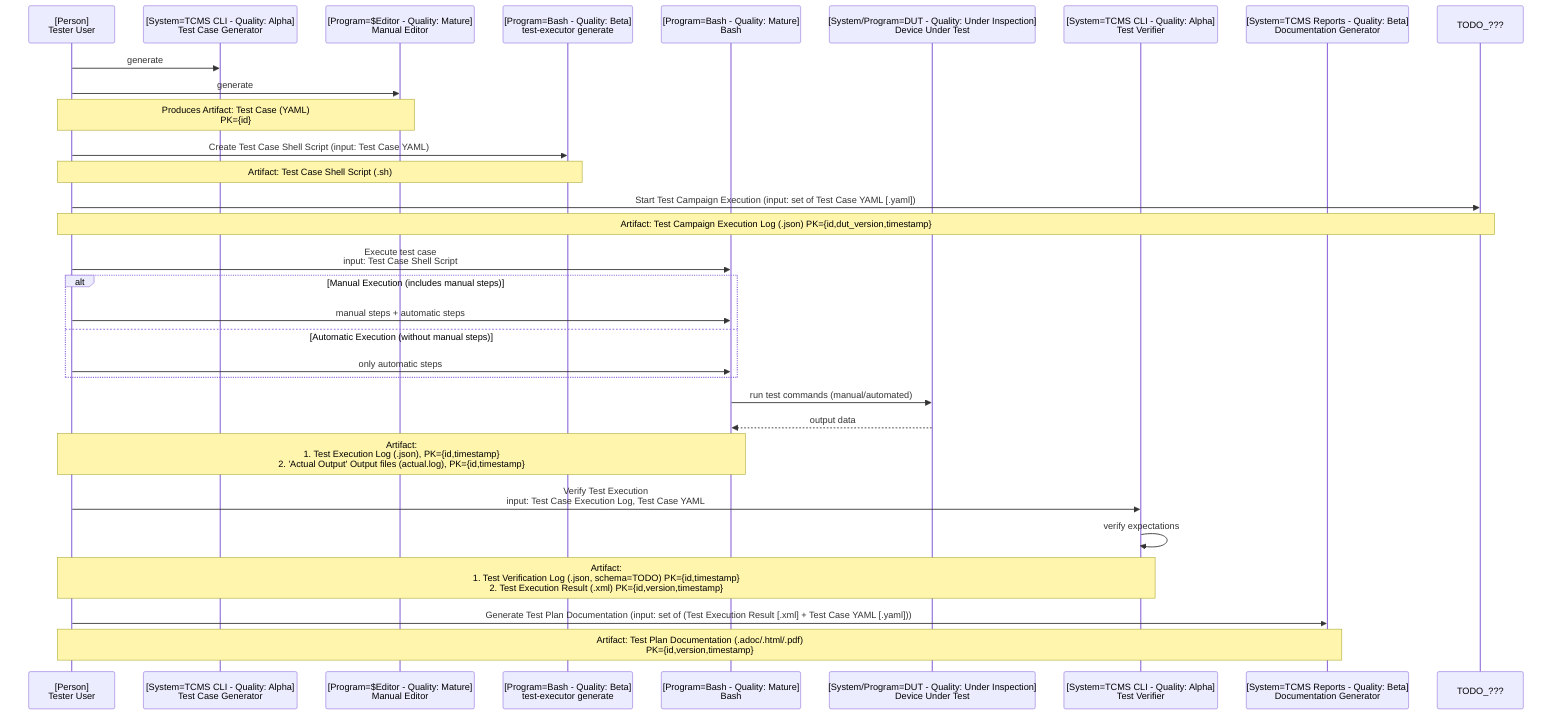
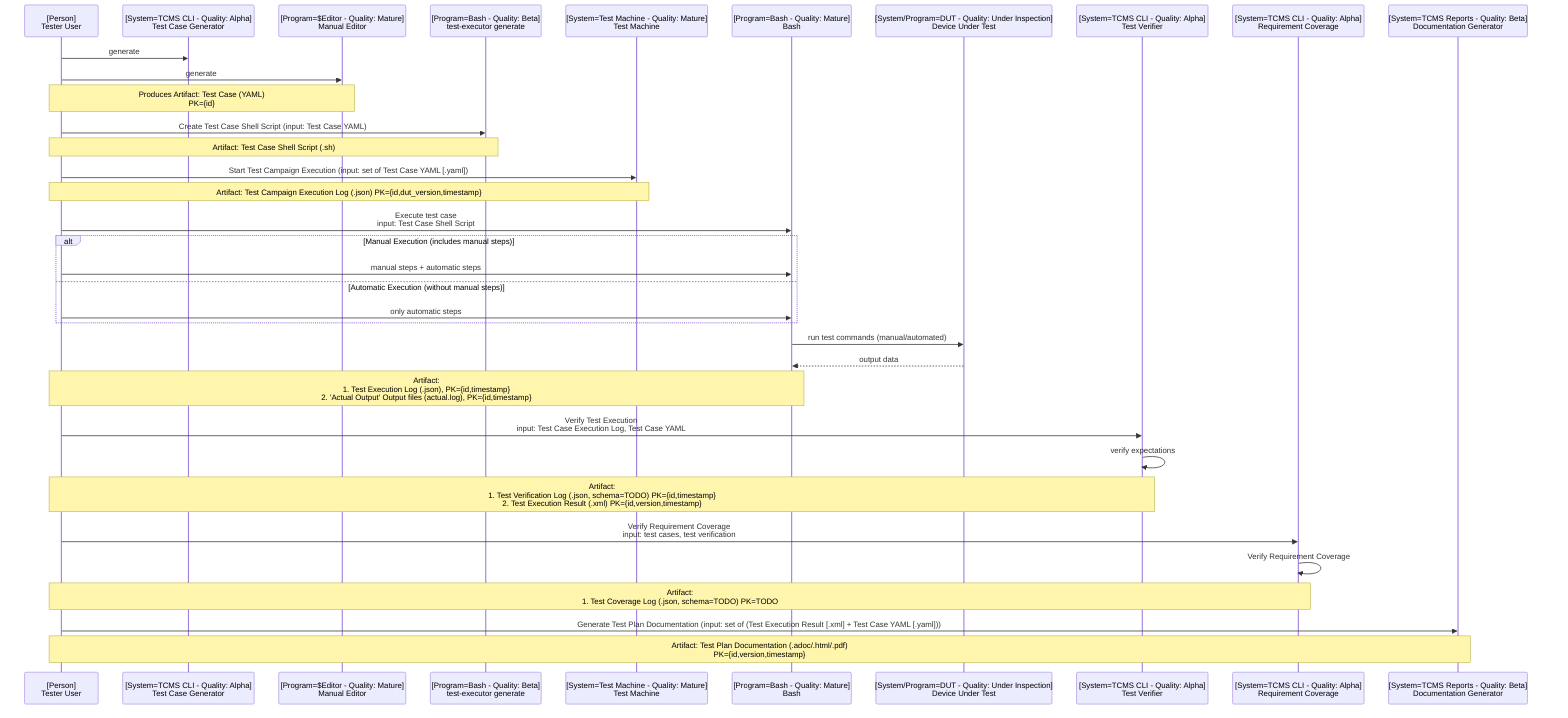
sequenceDiagram
    participant Tester as [Person]<br> Tester User
    participant Generator as [System=TCMS CLI - Quality: Alpha]<br>Test Case Generator
    participant Editor as [Program=$Editor - Quality: Mature]<br>Manual Editor
    participant Generate as [Program=Bash - Quality: Beta]<br> test-executor generate
+     participant TestMachine as [System=Test Machine - Quality: Mature]<br>Test Machine
    participant Bash as [Program=Bash - Quality: Mature]<br> Bash
    participant DUT as [System/Program=DUT - Quality: Under Inspection]<br>Device Under Test
    participant Verifier as [System=TCMS CLI - Quality: Alpha]<br>Test Verifier
+     participant ReqCoverage as [System=TCMS CLI - Quality: Alpha]<br>Requirement Coverage
    participant Reports as [System=TCMS Reports - Quality: Beta]<br>Documentation Generator
-     participant TODO as TODO_???


    Tester ->> Generator: generate
    Tester ->> Editor: generate
    Note over Editor,Tester: Produces Artifact: Test Case (YAML)<br>PK={id}

    Tester ->> Generate: Create Test Case Shell Script (input: Test Case YAML)
    Note over Generate,Tester: Artifact: Test Case Shell Script (.sh)

-     Tester ->> TODO: Start Test Campaign Execution (input: set of Test Case YAML [.yaml])
-     Note over TODO,Tester: Artifact: Test Campaign Execution Log (.json) PK={id,dut_version,timestamp}
+     Tester ->> TestMachine: Start Test Campaign Execution (input: set of Test Case YAML [.yaml])
+     Note over TestMachine,Tester: Artifact: Test Campaign Execution Log (.json) PK={id,dut_version,timestamp}

    Tester ->> Bash: Execute test case <br>input: Test Case Shell Script
    %% replaced single execution step with alternative paths
    alt Manual Execution (includes manual steps)
        Tester ->> Bash: manual steps + automatic steps
    else Automatic Execution (without manual steps)
        Tester ->> Bash: only automatic steps
    end

    Bash ->> DUT: run test commands (manual/automated)
    DUT -->> Bash: output data

    Note over Bash,Tester: Artifact: <br>1. Test Execution Log (.json), PK={id,timestamp} <br> 2. 'Actual Output' Output files (actual.log), PK={id,timestamp}

    Tester ->> Verifier: Verify Test Execution<br>input: Test Case Execution Log, Test Case YAML
    Verifier ->> Verifier: verify expectations
    Note over Verifier,Tester: Artifact: <br>1. Test Verification Log (.json, schema=TODO) PK={id,timestamp} <br> 2. Test Execution Result (.xml) PK={id,version,timestamp}

+     Tester ->> ReqCoverage: Verify Requirement Coverage<br>input: test cases, test verification
+     ReqCoverage ->> ReqCoverage: Verify Requirement Coverage
+     Note over Tester,ReqCoverage: Artifact: <br>1. Test Coverage Log (.json, schema=TODO) PK=TODO
+ 
    Tester ->> Reports: Generate Test Plan Documentation (input: set of (Test Execution Result [.xml] + Test Case YAML [.yaml]))
    Note over Reports,Tester: Artifact: Test Plan Documentation (.adoc/.html/.pdf)<br>PK={id,version,timestamp}